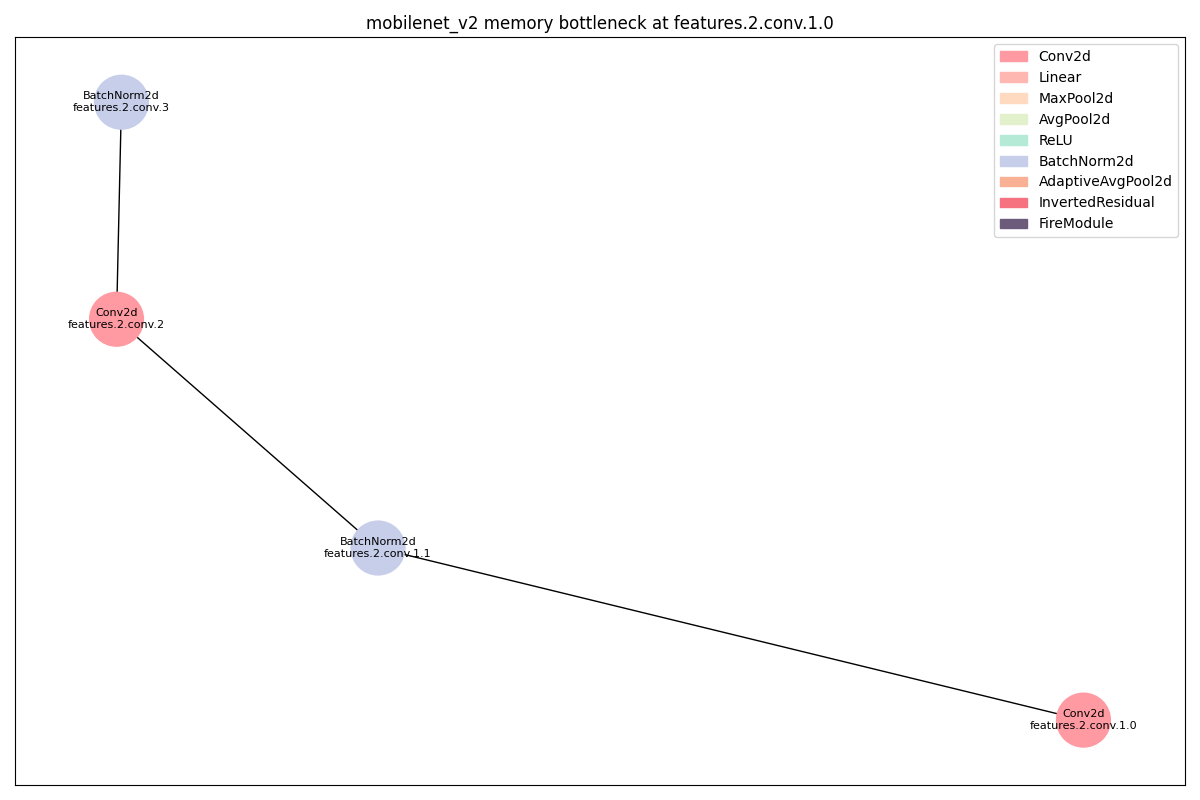
11222-Meng/DNN_Bottlen_Layer_Analysis keeps this Graphviz diagram as dags/mobilenet_v2_memory_features_2_conv_1_0_op.png. Above is the earlier version. Its source is kept beside it as dags/mobilenet_v2_memory_features_2_conv_1_0_op.dot.
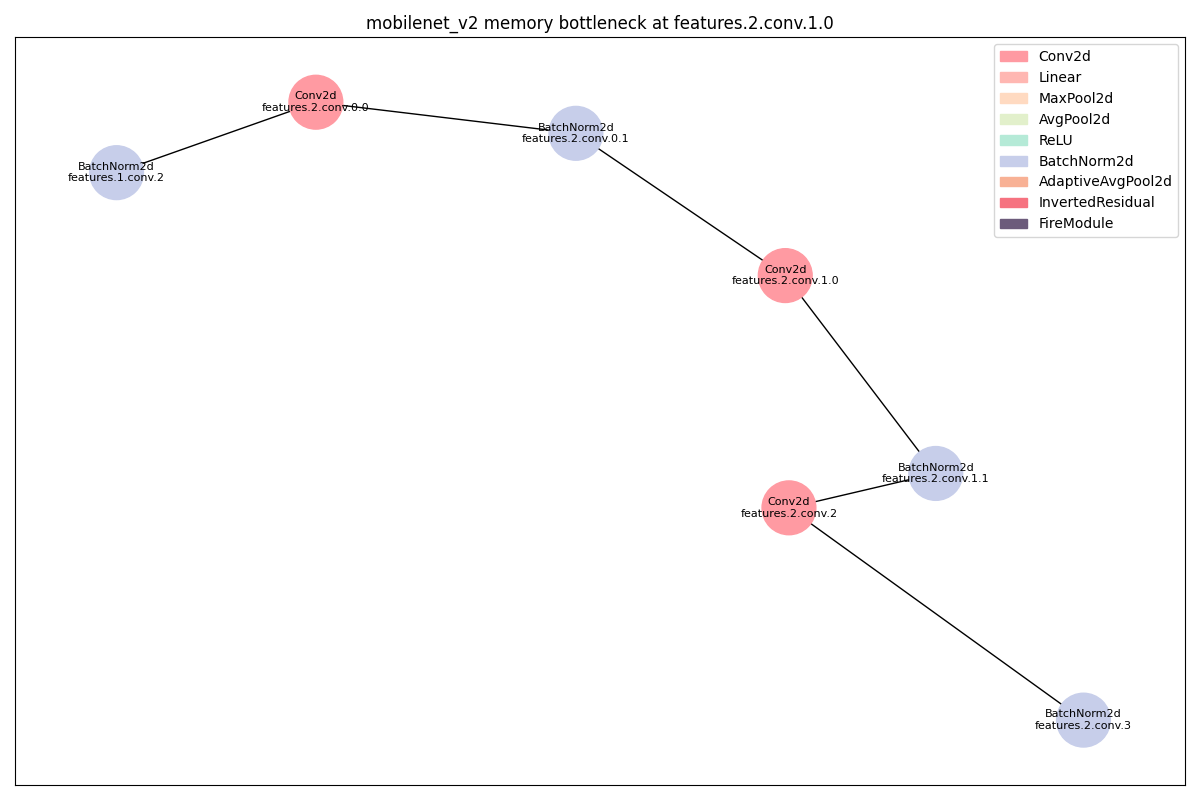
Later version of the same file.

Change to the diagram source:
```diff
@@ -1,21 +1,36 @@
 strict digraph "" {
+	BatchNorm2d_0	[color="#C7CEEA",
+		layer_name="features.1.conv.2",
+		params=32,
+		type=BatchNorm2d];
 	Conv2d_0	[color="#FF9AA2",
+		layer_name="features.2.conv.0.0",
+		params=1536,
+		type=Conv2d];
+	BatchNorm2d_0 -> Conv2d_0;
+	BatchNorm2d_1	[color="#C7CEEA",
+		layer_name="features.2.conv.0.1",
+		params=192,
+		type=BatchNorm2d];
+	Conv2d_0 -> BatchNorm2d_1;
+	Conv2d_1	[color="#FF9AA2",
 		layer_name="features.2.conv.1.0",
 		params=864,
 		type=Conv2d];
-	BatchNorm2d_0	[color="#C7CEEA",
+	BatchNorm2d_1 -> Conv2d_1;
+	BatchNorm2d_2	[color="#C7CEEA",
 		layer_name="features.2.conv.1.1",
 		params=192,
 		type=BatchNorm2d];
-	Conv2d_0 -> BatchNorm2d_0;
-	Conv2d_1	[color="#FF9AA2",
+	Conv2d_1 -> BatchNorm2d_2;
+	Conv2d_2	[color="#FF9AA2",
 		layer_name="features.2.conv.2",
 		params=2304,
 		type=Conv2d];
-	BatchNorm2d_0 -> Conv2d_1;
-	BatchNorm2d_1	[color="#C7CEEA",
+	BatchNorm2d_2 -> Conv2d_2;
+	BatchNorm2d_3	[color="#C7CEEA",
 		layer_name="features.2.conv.3",
 		params=48,
 		type=BatchNorm2d];
-	Conv2d_1 -> BatchNorm2d_1;
+	Conv2d_2 -> BatchNorm2d_3;
 }
```
